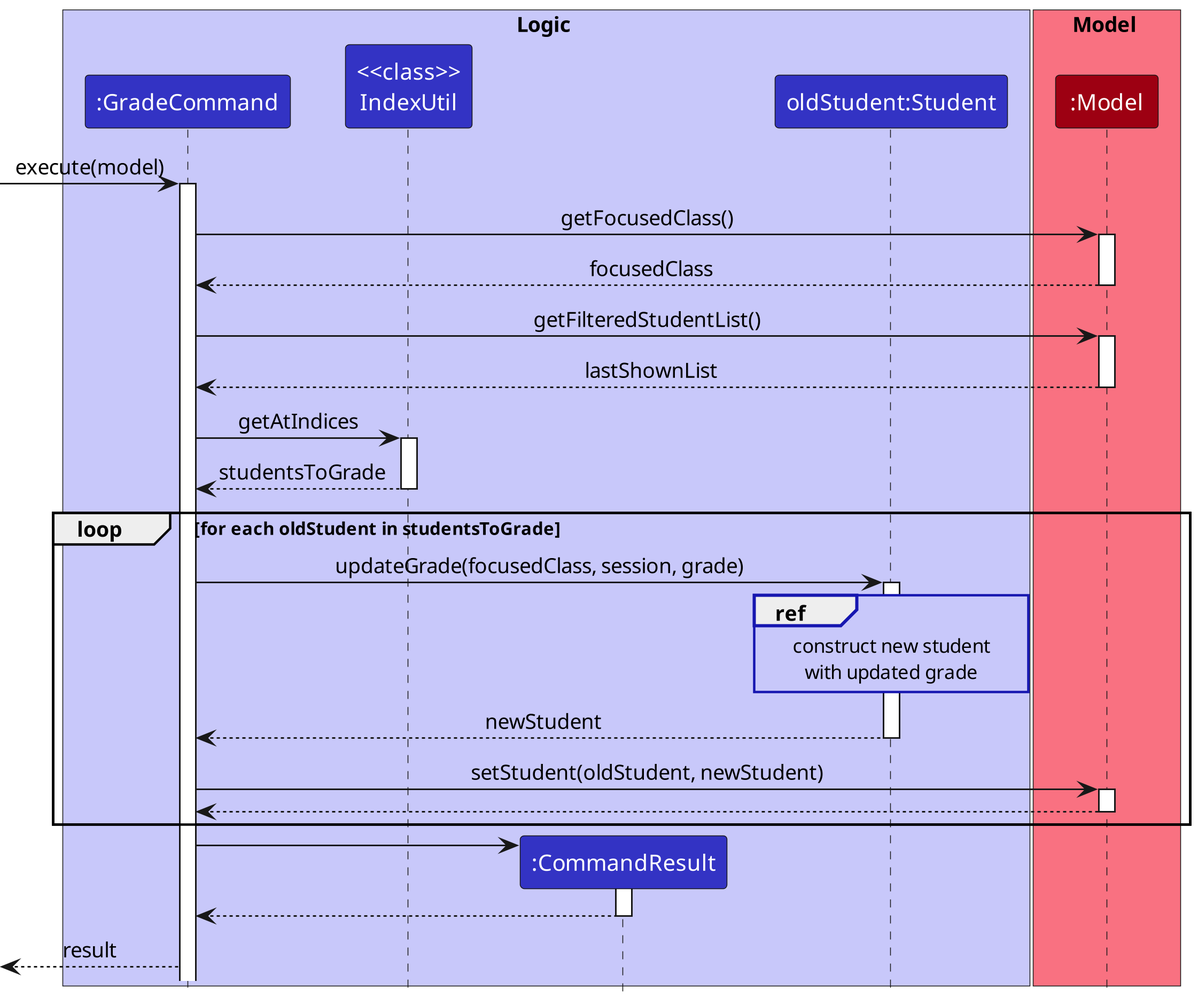
The PlantUML diagram docs/images/GradeCommandSequenceDiagram.png in nus-cs2103-AY2223S1/tp, before a commit.
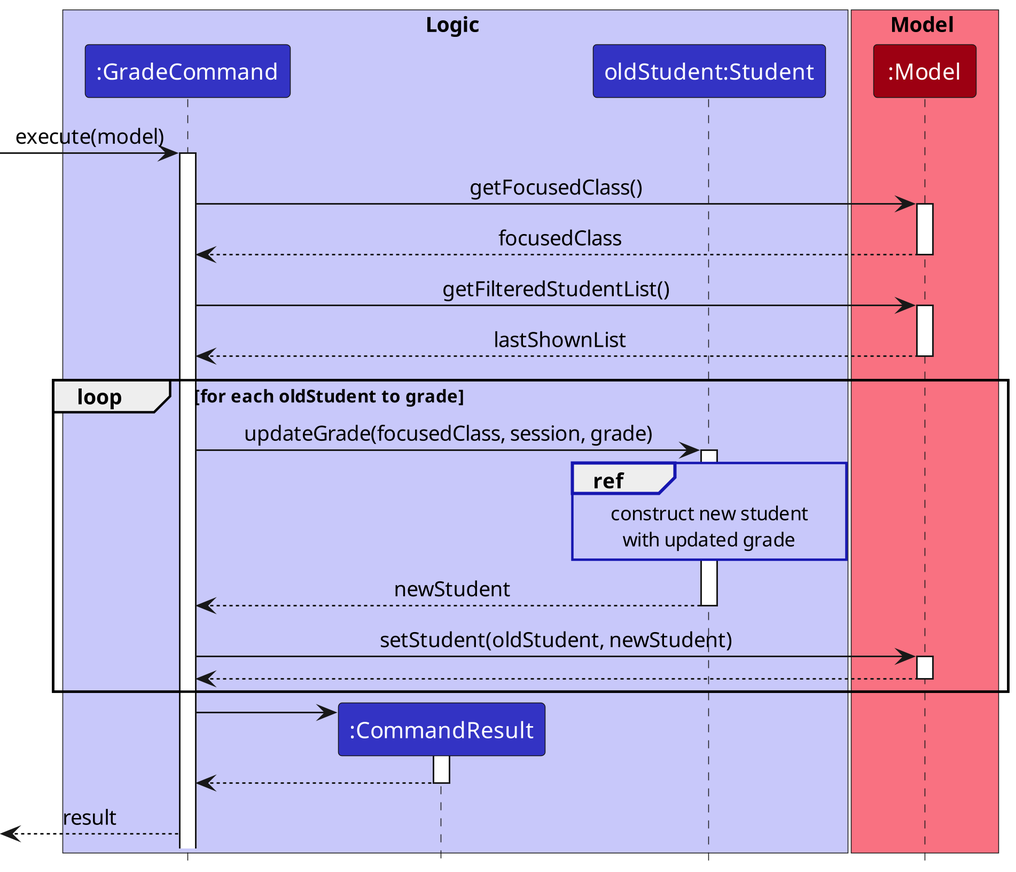
The same diagram one commit later.

Commit message:
DG: remove IndexUtil from sequence diagrams

Diff of the diagram source:
```diff
@@ -3,7 +3,6 @@
 
 box Logic LOGIC_COLOR_T1
 participant ":GradeCommand" as GradeCommand LOGIC_COLOR
-participant "<<class>>\nIndexUtil" as Util LOGIC_COLOR
 participant ":CommandResult" as CommandResult LOGIC_COLOR
 participant "oldStudent:Student" as OldStudent LOGIC_COLOR
 end box
@@ -25,12 +24,7 @@
 Model --> GradeCommand: lastShownList
 deactivate Model
 
-GradeCommand -> Util: getAtIndices
-activate Util
-Util --> GradeCommand: studentsToGrade
-deactivate Util
-
-loop for each oldStudent in studentsToGrade
+loop for each oldStudent to grade
     GradeCommand -> OldStudent: updateGrade(focusedClass, session, grade)
     activate OldStudent
 
```
